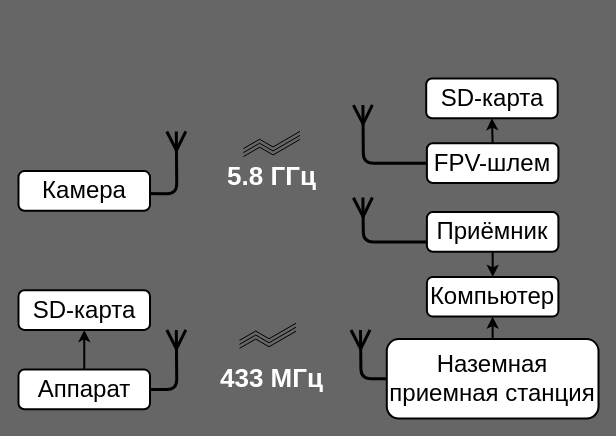
This is doc/Обмен данными.drawio from cansat-tsniimash/cansat-G_R_I_B-2024-2025, a draw.io file, before an edit. Source tidied: cells renumbered, new cells numbered last; positions are measured from the earlier drawing's top-left corner, leaving out a move shared by most shapes. Both pictures are drawn from the tidied source at 100%, with x=0, y=0 at pixel (18, 78).
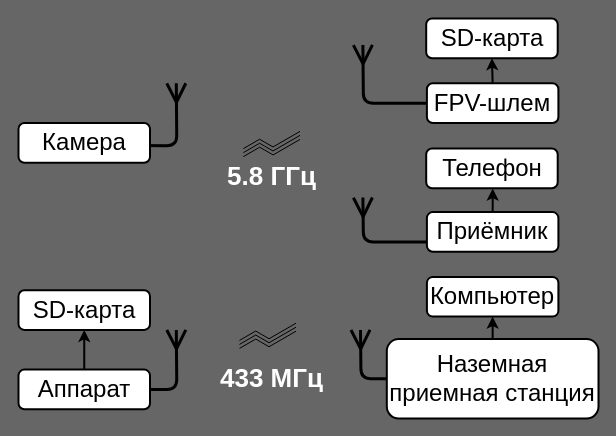
After the change.

Unchanged cells that the change refers to:
```xml
<mxCell id="22" value="&lt;span style=&quot;color: rgb(0, 0, 0);&quot;&gt;&lt;font&gt;Компьютер&lt;/font&gt;&lt;/span&gt;" style="rounded=1;whiteSpace=wrap;html=1;fillColor=#FFFFFF;fontSize=24;fontStyle=0;strokeWidth=2;" parent="1" vertex="1">
  <mxGeometry x="408.4" y="198.4" width="131.5" height="39.7" as="geometry" />
</mxCell>
<mxCell id="23" value="&lt;span style=&quot;color: rgb(0, 0, 0);&quot;&gt;&lt;font&gt;Приёмник&lt;/font&gt;&lt;/span&gt;" style="rounded=1;whiteSpace=wrap;html=1;fillColor=#FFFFFF;fontSize=24;fontStyle=0;strokeWidth=2;" parent="1" vertex="1">
  <mxGeometry x="408.4" y="133.6" width="131.5" height="39.7" as="geometry" />
</mxCell>
```

What changed in the source:
```diff
@@
     <mxCell id="7" style="edgeStyle=orthogonalEdgeStyle;rounded=1;orthogonalLoop=1;jettySize=auto;html=1;exitX=1;exitY=0.5;exitDx=0;exitDy=0;curved=0;endArrow=ERmany;endFill=0;strokeWidth=3;targetPerimeterSpacing=0;endSize=15;" parent="1" edge="1">
       <mxGeometry relative="1" as="geometry">
-        <mxPoint x="88.1" y="114.8" as="sourcePoint" />
-        <mxPoint x="157.8" y="52.9" as="targetPoint" />
+        <mxPoint x="88.1" y="66.7" as="sourcePoint" />
+        <mxPoint x="157.8" y="4.8" as="targetPoint" />
       </mxGeometry>
     </mxCell>
@@
     <mxCell id="17" value="&lt;font color=&quot;#000000&quot;&gt;FPV-шлем&lt;/font&gt;" style="rounded=1;whiteSpace=wrap;html=1;fillColor=#FFFFFF;fontSize=24;fontStyle=0;strokeWidth=2;" parent="1" vertex="1">
-      <mxGeometry x="408.4" y="64.8" width="131.5" height="39.7" as="geometry" />
+      <mxGeometry x="408.4" y="4.8" width="131.5" height="39.7" as="geometry" />
     </mxCell>
     <mxCell id="18" style="edgeStyle=orthogonalEdgeStyle;rounded=1;jettySize=auto;html=1;curved=0;endArrow=ERmany;endFill=0;strokeWidth=3;endSize=15;exitX=0;exitY=0.5;exitDx=0;exitDy=0;" parent="1" edge="1" source="17">
       <mxGeometry relative="1" as="geometry">
-        <mxPoint x="344.4" y="26.5" as="targetPoint" />
+        <mxPoint x="344.4" y="-33.5" as="targetPoint" />
       </mxGeometry>
     </mxCell>
@@
-    <mxCell id="21" style="edgeStyle=orthogonalEdgeStyle;rounded=0;jettySize=auto;html=1;exitX=0.5;exitY=1;exitDx=0;exitDy=0;entryX=0.5;entryY=0;entryDx=0;entryDy=0;strokeWidth=2;" parent="1" edge="1" source="23" target="22">
-      <mxGeometry relative="1" as="geometry">
-        <Array as="points">
-          <mxPoint x="473.5" y="185.2" />
-          <mxPoint x="473.5" y="185.2" />
-        </Array>
-      </mxGeometry>
-    </mxCell>
@@
+    <mxCell id="27" style="edgeStyle=orthogonalEdgeStyle;rounded=0;jettySize=auto;html=1;exitX=0.5;exitY=0;exitDx=0;exitDy=0;strokeWidth=2;" parent="1" edge="1" source="23">
+      <mxGeometry relative="1" as="geometry">
+        <mxPoint x="474.2" y="110" as="targetPoint" />
+      </mxGeometry>
+    </mxCell>
@@
     <mxCell id="25" value="&lt;span style=&quot;color: rgb(0, 0, 0);&quot;&gt;&lt;font&gt;Камера&lt;/font&gt;&lt;/span&gt;" style="rounded=1;whiteSpace=wrap;html=1;fillColor=#FFFFFF;fontSize=24;fontStyle=0;strokeWidth=2;" parent="1" vertex="1">
-      <mxGeometry y="92.6" width="131.5" height="39.7" as="geometry" />
+      <mxGeometry y="44.5" width="131.5" height="39.7" as="geometry" />
     </mxCell>
     <mxCell id="26" value="&lt;span style=&quot;color: rgb(0, 0, 0);&quot;&gt;&lt;font&gt;SD-карта&lt;/font&gt;&lt;/span&gt;" style="rounded=1;whiteSpace=wrap;html=1;fillColor=#FFFFFF;fontSize=24;fontStyle=0;strokeWidth=2;" parent="1" vertex="1">
-      <mxGeometry x="407.7" width="131.5" height="39.7" as="geometry" />
+      <mxGeometry x="407.7" y="-60" width="131.5" height="39.7" as="geometry" />
     </mxCell>
+    <mxCell id="28" value="&lt;span style=&quot;color: rgb(0, 0, 0);&quot;&gt;&lt;font&gt;Телефон&lt;/font&gt;&lt;/span&gt;" style="rounded=1;whiteSpace=wrap;html=1;fillColor=#FFFFFF;fontSize=24;fontStyle=0;strokeWidth=2;" parent="1" vertex="1">
+      <mxGeometry x="407.7" y="70" width="131.5" height="39.7" as="geometry" />
+    </mxCell>
```
